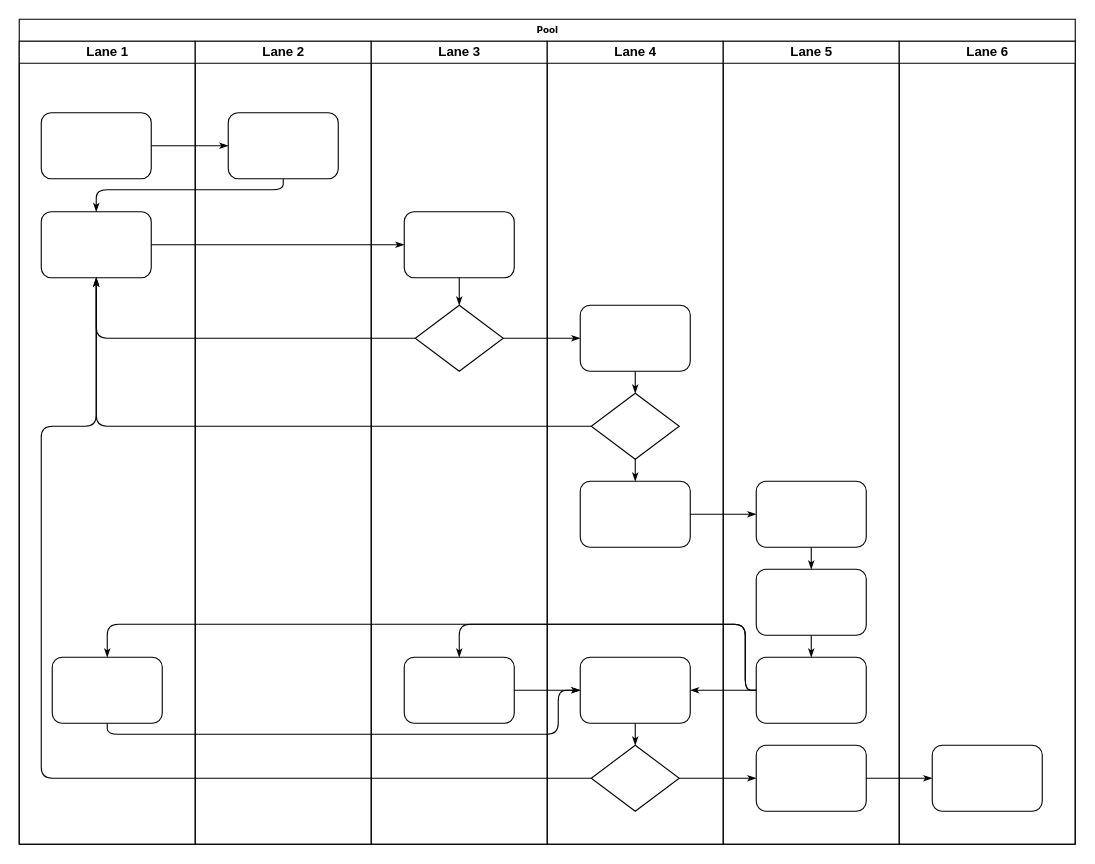
Before: project quotation.drawio in akkkriver/diagramswork, a draw.io diagram. Source tidied: cells renumbered, new cells numbered last; positions are measured from the earlier drawing's top-left corner, leaving out a move shared by most shapes. Both pictures are drawn from the tidied source at 110%, with x=0, y=0 at pixel (19, 19).
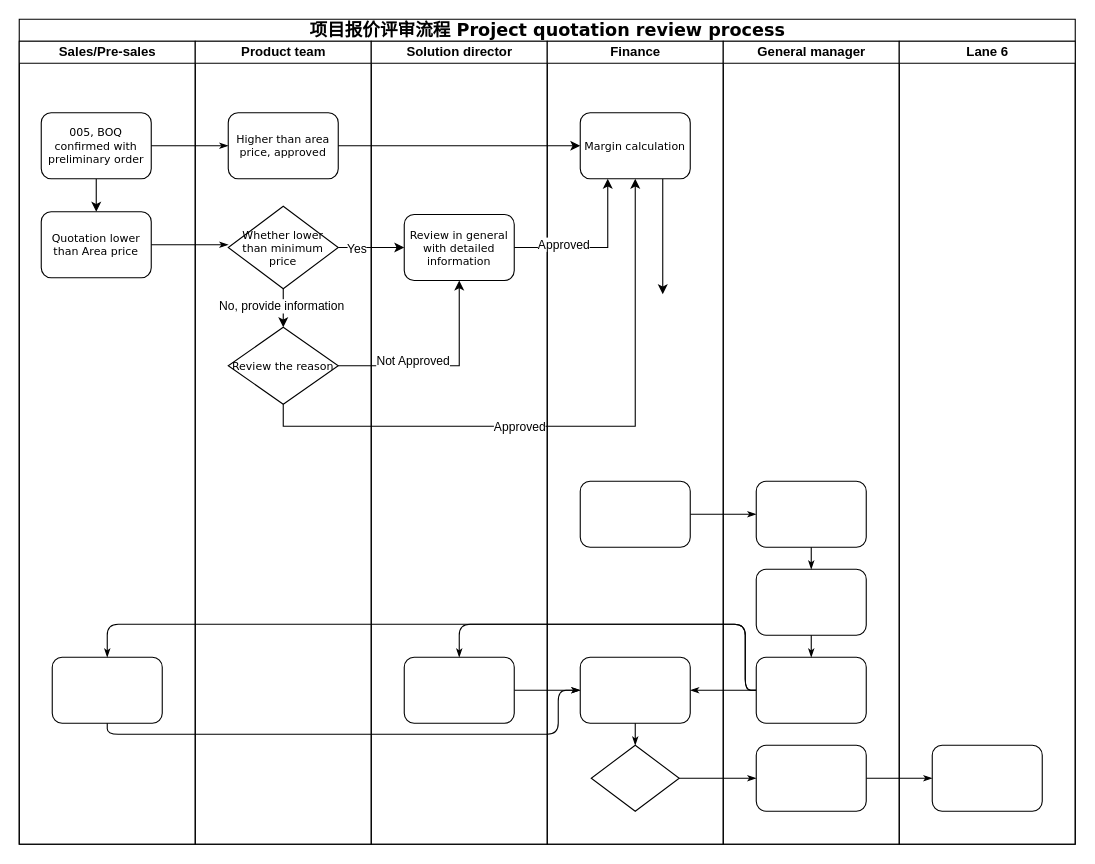
The same page after the edit.

The change refers to these unchanged cells:
```xml
<mxCell id="32" style="rounded=1;whiteSpace=wrap;html=1;shadow=0;labelBackgroundColor=none;strokeWidth=1;fontFamily=Verdana;fontSize=8;align=center;" parent="29" vertex="1">
  <mxGeometry x="30" y="400" width="100" height="60" as="geometry" />
</mxCell>
<mxCell id="34" style="rhombus;whiteSpace=wrap;html=1;rounded=0;shadow=0;labelBackgroundColor=none;strokeWidth=1;fontFamily=Verdana;fontSize=8;align=center;" parent="29" vertex="1">
  <mxGeometry x="40" y="640" width="80" height="60" as="geometry" />
</mxCell>
```

What changed in the source:
```diff
@@
-    <mxCell id="2" value="Pool" style="swimlane;html=1;startSize=20;rounded=0;shadow=0;labelBackgroundColor=none;strokeWidth=1;fontFamily=Verdana;fontSize=8;align=center;" parent="1" vertex="1">
+    <mxCell id="2" value="&lt;font style=&quot;font-size: 16px;&quot;&gt;项目报价评审流程 Project quotation review process&lt;/font&gt;" style="swimlane;html=1;startSize=20;rounded=0;shadow=0;labelBackgroundColor=none;strokeWidth=1;fontFamily=Verdana;fontSize=8;align=center;" parent="1" vertex="1">
       <mxGeometry width="960" height="750" as="geometry" />
     </mxCell>
-    <mxCell id="3" value="Lane 1" style="swimlane;html=1;startSize=20;" parent="2" vertex="1">
+    <mxCell id="3" value="Sales/Pre-sales" style="swimlane;html=1;startSize=20;" parent="2" vertex="1">
       <mxGeometry y="20" width="160" height="730" as="geometry" />
     </mxCell>
+    <mxCell id="47" style="edgeStyle=orthogonalEdgeStyle;rounded=0;jettySize=auto;html=1;" parent="3" edge="1" source="4" target="5">
+      <mxGeometry relative="1" as="geometry" />
+    </mxCell>
-    <mxCell id="4" style="rounded=1;whiteSpace=wrap;html=1;shadow=0;labelBackgroundColor=none;strokeWidth=1;fontFamily=Verdana;fontSize=8;align=center;" parent="3" vertex="1">
+    <mxCell id="4" value="&lt;font style=&quot;font-size: 10px;&quot;&gt;005, BOQ confirmed with preliminary order&lt;/font&gt;" style="rounded=1;whiteSpace=wrap;html=1;shadow=0;labelBackgroundColor=none;strokeWidth=1;fontFamily=Verdana;fontSize=8;align=center;" parent="3" vertex="1">
       <mxGeometry x="20" y="65" width="100" height="60" as="geometry" />
     </mxCell>
-    <mxCell id="5" style="rounded=1;whiteSpace=wrap;html=1;shadow=0;labelBackgroundColor=none;strokeWidth=1;fontFamily=Verdana;fontSize=8;align=center;" parent="3" vertex="1">
+    <mxCell id="5" value="&lt;font style=&quot;font-size: 10px;&quot;&gt;Quotation lower than Area price&lt;/font&gt;" style="rounded=1;whiteSpace=wrap;html=1;shadow=0;labelBackgroundColor=none;strokeWidth=1;fontFamily=Verdana;fontSize=8;align=center;" parent="3" vertex="1">
       <mxGeometry x="20" y="155" width="100" height="60" as="geometry" />
     </mxCell>
@@
-    <mxCell id="8" style="edgeStyle=orthogonalEdgeStyle;rounded=1;html=1;labelBackgroundColor=none;startArrow=none;startFill=0;startSize=5;endArrow=classicThin;endFill=1;endSize=5;jettySize=auto;strokeWidth=1;fontFamily=Verdana;fontSize=8;" parent="2" edge="1" source="23" target="5">
-      <mxGeometry relative="1" as="geometry">
-        <Array as="points">
-          <mxPoint x="240" y="155" />
-          <mxPoint x="70" y="155" />
-        </Array>
-      </mxGeometry>
-    </mxCell>
-    <mxCell id="9" style="edgeStyle=orthogonalEdgeStyle;rounded=1;html=1;labelBackgroundColor=none;startArrow=none;startFill=0;startSize=5;endArrow=classicThin;endFill=1;endSize=5;jettySize=auto;strokeWidth=1;fontFamily=Verdana;fontSize=8;" parent="2" edge="1" source="5" target="25">
-      <mxGeometry relative="1" as="geometry" />
+    <mxCell id="9" style="edgeStyle=orthogonalEdgeStyle;rounded=1;html=1;labelBackgroundColor=none;startArrow=none;startFill=0;startSize=5;endArrow=classicThin;endFill=1;endSize=5;jettySize=auto;strokeWidth=1;fontFamily=Verdana;fontSize=8;" parent="2" edge="1" source="5">
+      <mxGeometry relative="1" as="geometry">
+        <mxPoint x="190" y="205" as="targetPoint" />
+      </mxGeometry>
     </mxCell>
-    <mxCell id="10" style="edgeStyle=orthogonalEdgeStyle;rounded=1;html=1;labelBackgroundColor=none;startArrow=none;startFill=0;startSize=5;endArrow=classicThin;endFill=1;endSize=5;jettySize=auto;strokeWidth=1;fontFamily=Verdana;fontSize=8;" parent="2" edge="1" source="26" target="5">
-      <mxGeometry relative="1" as="geometry" />
-    </mxCell>
-    <mxCell id="11" style="edgeStyle=orthogonalEdgeStyle;rounded=1;html=1;labelBackgroundColor=none;startArrow=none;startFill=0;startSize=5;endArrow=classicThin;endFill=1;endSize=5;jettySize=auto;strokeWidth=1;fontFamily=Verdana;fontSize=8;" parent="2" edge="1" source="31" target="5">
-      <mxGeometry relative="1" as="geometry" />
-    </mxCell>
-    <mxCell id="12" style="edgeStyle=orthogonalEdgeStyle;rounded=1;html=1;labelBackgroundColor=none;startArrow=none;startFill=0;startSize=5;endArrow=classicThin;endFill=1;endSize=5;jettySize=auto;strokeWidth=1;fontFamily=Verdana;fontSize=8;" parent="2" edge="1" source="34" target="5">
-      <mxGeometry relative="1" as="geometry">
-        <Array as="points">
-          <mxPoint x="20" y="690" />
-          <mxPoint x="20" y="370" />
-          <mxPoint x="70" y="370" />
-        </Array>
-      </mxGeometry>
-    </mxCell>
-    <mxCell id="13" style="edgeStyle=orthogonalEdgeStyle;rounded=1;html=1;labelBackgroundColor=none;startArrow=none;startFill=0;startSize=5;endArrow=classicThin;endFill=1;endSize=5;jettySize=auto;strokeWidth=1;fontFamily=Verdana;fontSize=8;" parent="2" edge="1" source="26" target="30">
-      <mxGeometry relative="1" as="geometry" />
-    </mxCell>
@@
-    <mxCell id="22" value="Lane 2" style="swimlane;html=1;startSize=20;" parent="2" vertex="1">
+    <mxCell id="22" value="Product team" style="swimlane;html=1;startSize=20;" parent="2" vertex="1">
       <mxGeometry x="160" y="20" width="160" height="730" as="geometry" />
     </mxCell>
-    <mxCell id="23" style="rounded=1;whiteSpace=wrap;html=1;shadow=0;labelBackgroundColor=none;strokeWidth=1;fontFamily=Verdana;fontSize=8;align=center;" parent="22" vertex="1">
+    <mxCell id="23" value="&lt;font style=&quot;font-size: 10px;&quot;&gt;Higher than area price, approved&lt;/font&gt;" style="rounded=1;whiteSpace=wrap;html=1;shadow=0;labelBackgroundColor=none;strokeWidth=1;fontFamily=Verdana;fontSize=8;align=center;" parent="22" vertex="1">
       <mxGeometry x="30" y="65" width="100" height="60" as="geometry" />
     </mxCell>
+    <mxCell id="48" style="edgeStyle=orthogonalEdgeStyle;rounded=0;jettySize=auto;html=1;" parent="22" edge="1" source="26" target="50">
+      <mxGeometry relative="1" as="geometry" />
+    </mxCell>
+    <mxCell id="49" value="No, provide information&amp;nbsp;" style="edgeLabel;html=1;align=center;verticalAlign=middle;" parent="48" vertex="1">
+      <mxGeometry x="0.11" y="-1" relative="1" as="geometry" />
+    </mxCell>
+    <mxCell id="26" value="&lt;font style=&quot;font-size: 10px;&quot;&gt;Whether lower than minimum price&lt;/font&gt;" style="rhombus;whiteSpace=wrap;html=1;rounded=0;shadow=0;labelBackgroundColor=none;strokeWidth=1;fontFamily=Verdana;fontSize=8;align=center;" parent="22" vertex="1">
+      <mxGeometry x="30" y="150" width="100" height="75" as="geometry" />
+    </mxCell>
+    <mxCell id="50" value="&lt;font style=&quot;font-size: 10px;&quot;&gt;Review the reason&lt;/font&gt;" style="rhombus;whiteSpace=wrap;html=1;rounded=0;shadow=0;labelBackgroundColor=none;strokeWidth=1;fontFamily=Verdana;fontSize=8;align=center;" parent="22" vertex="1">
+      <mxGeometry x="30" y="260" width="100" height="70" as="geometry" />
+    </mxCell>
-    <mxCell id="24" value="Lane 3" style="swimlane;html=1;startSize=20;" parent="2" vertex="1">
+    <mxCell id="24" value="Solution director" style="swimlane;html=1;startSize=20;" parent="2" vertex="1">
       <mxGeometry x="320" y="20" width="160" height="730" as="geometry" />
     </mxCell>
-    <mxCell id="25" style="rounded=1;whiteSpace=wrap;html=1;shadow=0;labelBackgroundColor=none;strokeWidth=1;fontFamily=Verdana;fontSize=8;align=center;" parent="24" vertex="1">
-      <mxGeometry x="30" y="155" width="100" height="60" as="geometry" />
+    <mxCell id="25" value="&lt;font style=&quot;font-size: 10px;&quot;&gt;Review in general with detailed information&lt;/font&gt;" style="rounded=1;whiteSpace=wrap;html=1;shadow=0;labelBackgroundColor=none;strokeWidth=1;fontFamily=Verdana;fontSize=8;align=center;" parent="24" vertex="1">
+      <mxGeometry x="30" y="157.5" width="100" height="60" as="geometry" />
     </mxCell>
-    <mxCell id="26" style="rhombus;whiteSpace=wrap;html=1;rounded=0;shadow=0;labelBackgroundColor=none;strokeWidth=1;fontFamily=Verdana;fontSize=8;align=center;" parent="24" vertex="1">
-      <mxGeometry x="40" y="240" width="80" height="60" as="geometry" />
-    </mxCell>
@@
-    <mxCell id="28" style="edgeStyle=orthogonalEdgeStyle;rounded=1;html=1;labelBackgroundColor=none;startArrow=none;startFill=0;startSize=5;endArrow=classicThin;endFill=1;endSize=5;jettySize=auto;strokeWidth=1;fontFamily=Verdana;fontSize=8;" parent="24" edge="1" source="25" target="26">
-      <mxGeometry relative="1" as="geometry" />
-    </mxCell>
+    <mxCell id="51" style="edgeStyle=orthogonalEdgeStyle;rounded=0;jettySize=auto;html=1;entryX=0.5;entryY=1;entryDx=0;entryDy=0;exitX=0.5;exitY=1;exitDx=0;exitDy=0;" parent="24" edge="1" source="50" target="54">
+      <mxGeometry relative="1" as="geometry" />
+    </mxCell>
+    <mxCell id="52" value="Approved" style="edgeLabel;html=1;align=center;verticalAlign=middle;" parent="51" vertex="1">
+      <mxGeometry x="-0.17" relative="1" as="geometry" />
+    </mxCell>
-    <mxCell id="29" value="Lane 4" style="swimlane;html=1;startSize=20;" parent="2" vertex="1">
+    <mxCell id="29" value="&lt;font style=&quot;font-size: 12px;&quot;&gt;Finance&lt;/font&gt;" style="swimlane;html=1;startSize=20;" parent="2" vertex="1">
       <mxGeometry x="480" y="20" width="160" height="730" as="geometry" />
     </mxCell>
-    <mxCell id="30" style="rounded=1;whiteSpace=wrap;html=1;shadow=0;labelBackgroundColor=none;strokeWidth=1;fontFamily=Verdana;fontSize=8;align=center;" parent="29" vertex="1">
-      <mxGeometry x="30" y="240" width="100" height="60" as="geometry" />
-    </mxCell>
-    <mxCell id="31" style="rhombus;whiteSpace=wrap;html=1;rounded=0;shadow=0;labelBackgroundColor=none;strokeWidth=1;fontFamily=Verdana;fontSize=8;align=center;" parent="29" vertex="1">
-      <mxGeometry x="40" y="320" width="80" height="60" as="geometry" />
-    </mxCell>
@@
-    <mxCell id="35" style="edgeStyle=orthogonalEdgeStyle;rounded=1;html=1;labelBackgroundColor=none;startArrow=none;startFill=0;startSize=5;endArrow=classicThin;endFill=1;endSize=5;jettySize=auto;strokeColor=#000000;strokeWidth=1;fontFamily=Verdana;fontSize=8;fontColor=#000000;" parent="29" edge="1" source="30" target="31">
-      <mxGeometry relative="1" as="geometry" />
-    </mxCell>
-    <mxCell id="36" style="edgeStyle=orthogonalEdgeStyle;rounded=1;html=1;labelBackgroundColor=none;startArrow=none;startFill=0;startSize=5;endArrow=classicThin;endFill=1;endSize=5;jettySize=auto;strokeWidth=1;fontFamily=Verdana;fontSize=8;" parent="29" edge="1" source="31" target="32">
-      <mxGeometry relative="1" as="geometry" />
-    </mxCell>
@@
+    <mxCell id="53" style="edgeStyle=orthogonalEdgeStyle;rounded=0;jettySize=auto;html=1;exitX=0.75;exitY=1;exitDx=0;exitDy=0;" parent="29" edge="1" source="54">
+      <mxGeometry relative="1" as="geometry">
+        <mxPoint x="105" y="230" as="targetPoint" />
+      </mxGeometry>
+    </mxCell>
+    <mxCell id="54" value="&lt;font style=&quot;font-size: 10px;&quot;&gt;Margin calculation&lt;/font&gt;" style="rounded=1;whiteSpace=wrap;html=1;shadow=0;labelBackgroundColor=none;strokeWidth=1;fontFamily=Verdana;fontSize=8;align=center;" parent="29" vertex="1">
+      <mxGeometry x="30" y="65" width="100" height="60" as="geometry" />
+    </mxCell>
-    <mxCell id="38" value="Lane 5" style="swimlane;html=1;startSize=20;" parent="2" vertex="1">
+    <mxCell id="38" value="General manager" style="swimlane;html=1;startSize=20;" parent="2" vertex="1">
       <mxGeometry x="640" y="20" width="160" height="730" as="geometry" />
     </mxCell>
@@
+    <mxCell id="55" style="edgeStyle=orthogonalEdgeStyle;rounded=0;jettySize=auto;html=1;" parent="2" edge="1" source="26" target="25">
+      <mxGeometry relative="1" as="geometry" />
+    </mxCell>
+    <mxCell id="56" value="Yes" style="edgeLabel;html=1;align=center;verticalAlign=middle;" parent="55" vertex="1">
+      <mxGeometry x="-0.47" relative="1" as="geometry">
+        <mxPoint y="1" as="offset" />
+      </mxGeometry>
+    </mxCell>
+    <mxCell id="57" style="edgeStyle=orthogonalEdgeStyle;rounded=0;jettySize=auto;html=1;entryX=0;entryY=0.5;entryDx=0;entryDy=0;" parent="2" edge="1" source="23" target="54">
+      <mxGeometry relative="1" as="geometry" />
+    </mxCell>
+    <mxCell id="58" style="edgeStyle=orthogonalEdgeStyle;rounded=0;jettySize=auto;html=1;entryX=0.5;entryY=1;entryDx=0;entryDy=0;" parent="2" edge="1" source="50" target="25">
+      <mxGeometry relative="1" as="geometry" />
+    </mxCell>
+    <mxCell id="59" value="Not Approved" style="edgeLabel;html=1;align=center;verticalAlign=middle;" parent="58" vertex="1">
+      <mxGeometry x="-0.43" y="4" relative="1" as="geometry">
+        <mxPoint x="14" y="-1" as="offset" />
+      </mxGeometry>
+    </mxCell>
+    <mxCell id="60" style="edgeStyle=orthogonalEdgeStyle;rounded=0;jettySize=auto;html=1;entryX=0.25;entryY=1;entryDx=0;entryDy=0;" parent="2" edge="1" source="25" target="54">
+      <mxGeometry relative="1" as="geometry" />
+    </mxCell>
+    <mxCell id="61" value="Approved" style="edgeLabel;html=1;align=center;verticalAlign=middle;" parent="60" vertex="1">
+      <mxGeometry x="-0.4" y="4" relative="1" as="geometry">
+        <mxPoint y="1" as="offset" />
+      </mxGeometry>
+    </mxCell>
```
